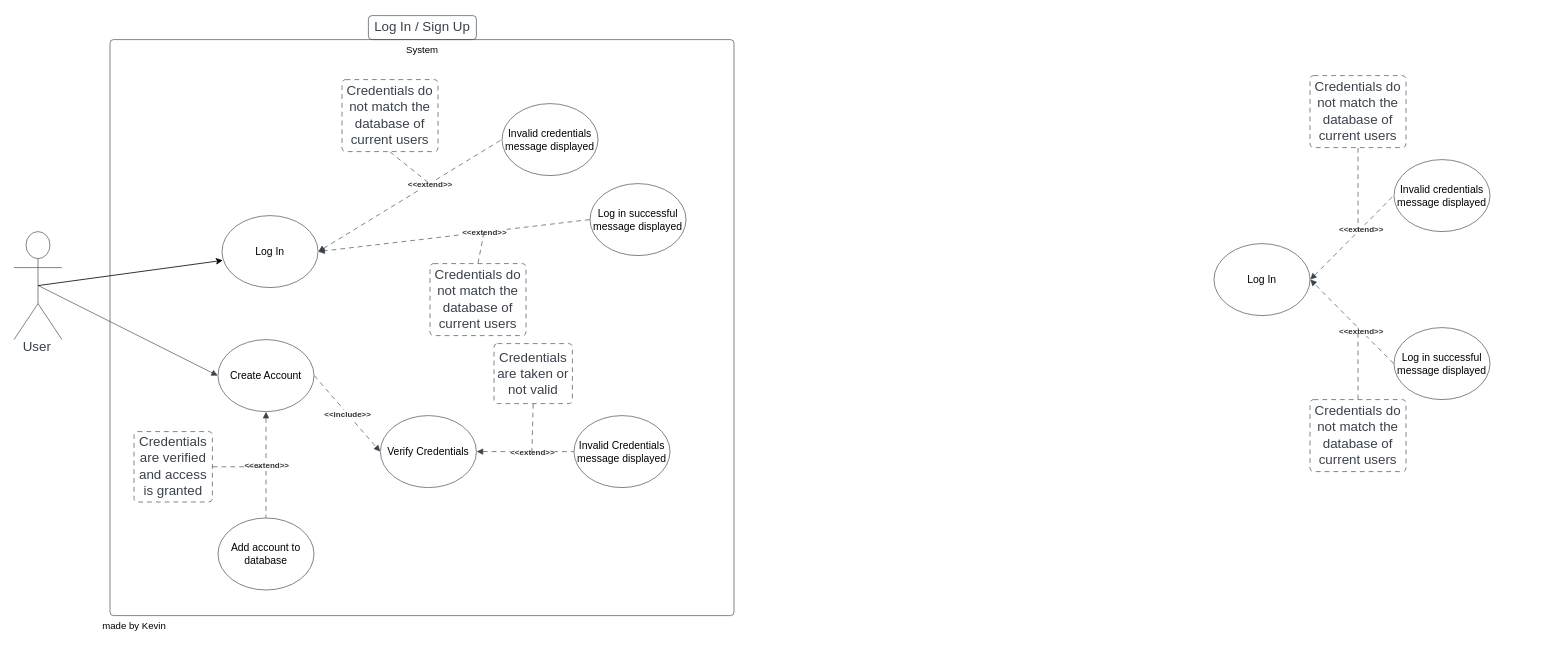
Earlier version of the draw.io diagram use case diagram.drawio (CocaDoU/Team5). Source tidied: cells renumbered, new cells numbered last; positions are measured from the earlier drawing's top-left corner, leaving out a move shared by most shapes. Both pictures are drawn from the tidied source at 80%, with x=0, y=0 at pixel (14, 15).
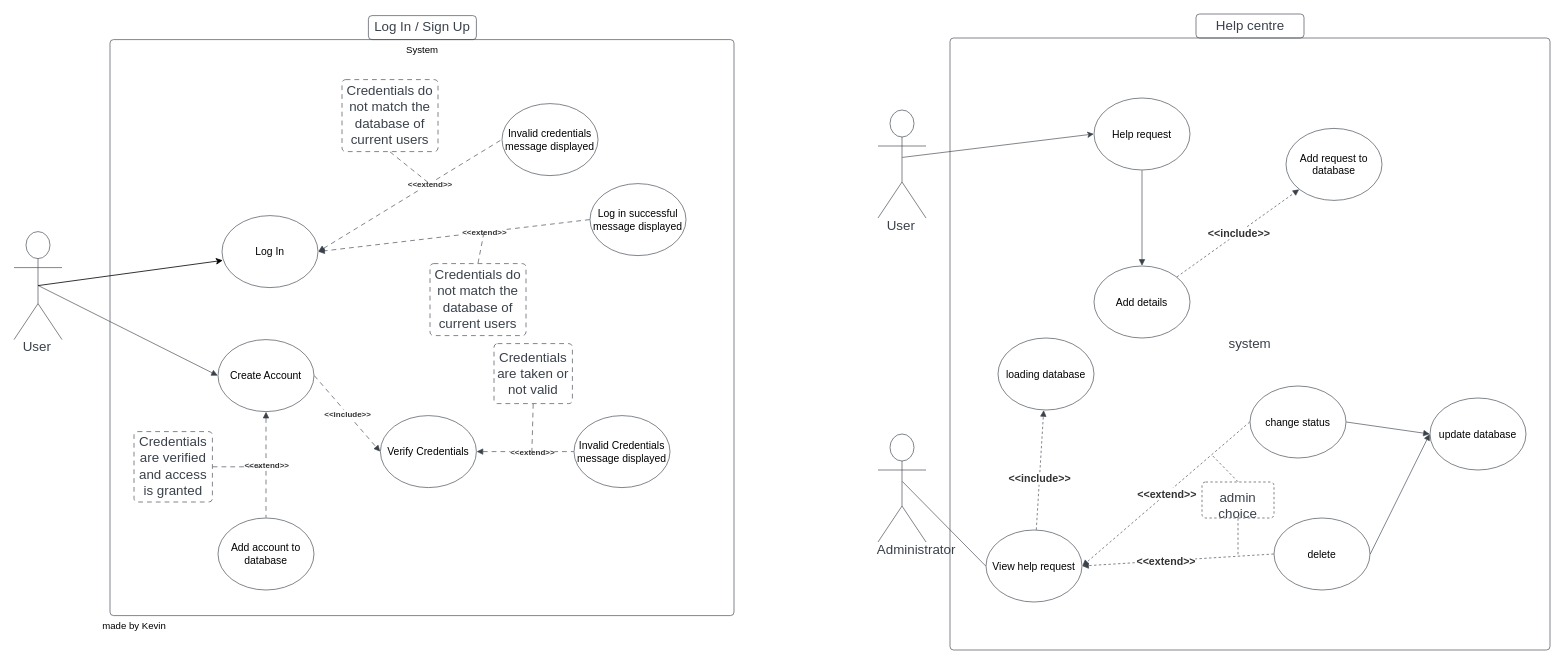
The same diagram, later.

Commit message:
I added Help Center use case diagram which is suitable for administrator and user

The edit, as a diff of the source:
```diff
@@
-    <mxCell id="31" value="Log In" style="html=1;overflow=block;blockSpacing=1;whiteSpace=wrap;ellipse;fontSize=13;spacing=3.8;strokeColor=#3a414a;strokeOpacity=100;rounded=1;absoluteArcSize=1;arcSize=9;strokeWidth=0.8;lucidId=1TnCeRcBgIai;" parent="1" vertex="1">
-      <mxGeometry x="1500" y="285" width="120" height="90" as="geometry" />
-    </mxCell>
-    <mxCell id="32" value="Invalid credentials message displayed" style="html=1;overflow=block;blockSpacing=1;whiteSpace=wrap;ellipse;fontSize=13;spacing=3.8;strokeColor=#3a414a;strokeOpacity=100;rounded=1;absoluteArcSize=1;arcSize=9;strokeWidth=0.8;lucidId=mUnCxv-QGtzJ;" parent="1" vertex="1">
-      <mxGeometry x="1725" y="180" width="120" height="90" as="geometry" />
-    </mxCell>
-    <mxCell id="33" style="html=1;jettySize=18;whiteSpace=wrap;fontSize=13;strokeColor=#3a414a;strokeOpacity=100;dashed=1;fixDash=1;dashPattern=6 5;strokeWidth=0.8;rounded=0;startArrow=block;startFill=1;endArrow=none;exitX=1.003;exitY=0.5;exitPerimeter=0;entryX=-0.003;entryY=0.5;entryPerimeter=0;lucidId=pUnCNJh5Bu_f;" parent="1" edge="1" source="31" target="32">
-      <mxGeometry relative="1" as="geometry" />
-    </mxCell>
-    <mxCell id="34" value="&amp;lt;&amp;lt;extend&amp;gt;&amp;gt;" style="text;html=1;labelBackgroundColor=default;align=center;verticalAlign=middle;fontStyle=1;fontColor=#333333;fontSize=10;" parent="33" vertex="1">
-      <mxGeometry x="0.21" relative="1" as="geometry" />
-    </mxCell>
-    <mxCell id="35" value="Credentials do not match the database of current users" style="html=1;overflow=block;blockSpacing=1;whiteSpace=wrap;fontSize=16.7;fontColor=#3a414a;spacing=3.8;strokeColor=#3a414a;strokeOpacity=100;fillOpacity=0;rounded=1;absoluteArcSize=1;arcSize=9;fillColor=#000000;dashed=1;fixDash=1;dashPattern=6 5;strokeWidth=0.8;lucidId=3UnC29L0p1P6;" parent="1" vertex="1">
-      <mxGeometry x="1620" y="75" width="120" height="90" as="geometry" />
-    </mxCell>
-    <mxCell id="36" style="html=1;jettySize=18;whiteSpace=wrap;fontSize=13;strokeColor=#3a414a;strokeOpacity=100;dashed=1;fixDash=1;dashPattern=6 5;strokeWidth=0.8;rounded=0;startArrow=none;endArrow=none;exitX=0.5;exitY=1.004;exitPerimeter=0;lucidId=wVnC6unMUMuJ;" parent="1" edge="1" source="35">
-      <mxGeometry relative="1" as="geometry">
-        <mxPoint x="1680" y="270" as="targetPoint" />
-      </mxGeometry>
-    </mxCell>
-    <mxCell id="37" value="Log in successful message displayed" style="html=1;overflow=block;blockSpacing=1;whiteSpace=wrap;ellipse;fontSize=13;spacing=3.8;strokeColor=#3a414a;strokeOpacity=100;rounded=1;absoluteArcSize=1;arcSize=9;strokeWidth=0.8;lucidId=MVnCm_vyAcN7;" parent="1" vertex="1">
-      <mxGeometry x="1725" y="390" width="120" height="90" as="geometry" />
-    </mxCell>
-    <mxCell id="38" style="html=1;jettySize=18;whiteSpace=wrap;fontSize=13;strokeColor=#3a414a;strokeOpacity=100;dashed=1;fixDash=1;dashPattern=6 5;strokeWidth=0.8;rounded=0;startArrow=none;endArrow=block;endFill=1;exitX=-0.003;exitY=0.5;exitPerimeter=0;entryX=1.003;entryY=0.5;entryPerimeter=0;lucidId=PVnCwPI7EpMv;" parent="1" edge="1" source="37" target="31">
-      <mxGeometry relative="1" as="geometry" />
-    </mxCell>
-    <mxCell id="39" value="&amp;lt;&amp;lt;extend&amp;gt;&amp;gt;" style="text;html=1;labelBackgroundColor=default;align=center;verticalAlign=middle;fontStyle=1;fontColor=#333333;fontSize=10;" parent="38" vertex="1">
-      <mxGeometry x="-0.22" relative="1" as="geometry" />
-    </mxCell>
-    <mxCell id="40" value="Credentials do not match the database of current users" style="html=1;overflow=block;blockSpacing=1;whiteSpace=wrap;fontSize=16.7;fontColor=#3a414a;spacing=3.8;strokeColor=#3a414a;strokeOpacity=100;fillOpacity=0;rounded=1;absoluteArcSize=1;arcSize=9;fillColor=#000000;dashed=1;fixDash=1;dashPattern=6 5;strokeWidth=0.8;lucidId=vWnCCHJRT5i2;" parent="1" vertex="1">
-      <mxGeometry x="1620" y="480" width="120" height="90" as="geometry" />
-    </mxCell>
-    <mxCell id="41" style="html=1;jettySize=18;whiteSpace=wrap;fontSize=13;strokeColor=#3a414a;strokeOpacity=100;dashed=1;fixDash=1;dashPattern=6 5;strokeWidth=0.8;rounded=0;startArrow=none;endArrow=none;exitX=0.5;exitY=-0.004;exitPerimeter=0;lucidId=HWnCu70s5fXD;" parent="1" edge="1" source="40">
-      <mxGeometry relative="1" as="geometry">
-        <mxPoint x="1680" y="390" as="targetPoint" />
-      </mxGeometry>
-    </mxCell>
@@
+    <mxCell id="45" value="system" style="html=1;overflow=block;blockSpacing=1;whiteSpace=wrap;fontSize=16.7;fontColor=#3a414a;spacing=0;strokeColor=#3a414a;strokeOpacity=100;fillOpacity=0;rounded=1;absoluteArcSize=1;arcSize=9;fillColor=#000000;strokeWidth=0.8;lucidId=BeGFD0pLSkw_;" parent="1" vertex="1">
+      <mxGeometry x="1170" y="28" width="750" height="765" as="geometry" />
+    </mxCell>
+    <mxCell id="46" value="User" style="html=1;overflow=block;blockSpacing=1;shape=umlActor;labelPosition=center;verticalLabelPosition=bottom;verticalAlign=top;whiteSpace=nowrap;fontSize=16.7;fontColor=#3a414a;spacing=0;strokeColor=#3a414a;strokeOpacity=100;rounded=1;absoluteArcSize=1;arcSize=9;strokeWidth=0.8;lucidId=vpGFVkSyYXx9;" parent="1" vertex="1">
+      <mxGeometry x="1080" y="118" width="60" height="135" as="geometry" />
+    </mxCell>
+    <mxCell id="47" value="Help request" style="html=1;overflow=block;blockSpacing=1;whiteSpace=wrap;ellipse;fontSize=13;spacing=3.8;strokeColor=#3a414a;strokeOpacity=100;rounded=1;absoluteArcSize=1;arcSize=9;strokeWidth=0.8;lucidId=ZpGFaHIB0dEf;" parent="1" vertex="1">
+      <mxGeometry x="1350" y="103" width="120" height="90" as="geometry" />
+    </mxCell>
+    <mxCell id="48" value="Add request to database" style="html=1;overflow=block;blockSpacing=1;whiteSpace=wrap;ellipse;fontSize=13;spacing=3.8;strokeColor=#3a414a;strokeOpacity=100;rounded=1;absoluteArcSize=1;arcSize=9;strokeWidth=0.8;lucidId=GtGF5D6FXER~;" parent="1" vertex="1">
+      <mxGeometry x="1590" y="141" width="120" height="90" as="geometry" />
+    </mxCell>
+    <mxCell id="49" style="html=1;jettySize=18;whiteSpace=wrap;fontSize=13;strokeColor=#3a414a;strokeOpacity=100;strokeWidth=0.8;rounded=0;startArrow=none;exitX=0.506;exitY=0.439;exitPerimeter=0;entryX=-0.003;entryY=0.5;entryPerimeter=0;lucidId=4uGFILEftq11;" parent="1" edge="1" source="46" target="47">
+      <mxGeometry relative="1" as="geometry" />
+    </mxCell>
+    <mxCell id="50" value="Add details" style="html=1;overflow=block;blockSpacing=1;whiteSpace=wrap;ellipse;fontSize=13;spacing=3.8;strokeColor=#3a414a;strokeOpacity=100;rounded=1;absoluteArcSize=1;arcSize=9;strokeWidth=0.8;lucidId=4vGFCigN5jJ.;" parent="1" vertex="1">
+      <mxGeometry x="1350" y="313" width="120" height="90" as="geometry" />
+    </mxCell>
+    <mxCell id="51" style="html=1;jettySize=18;whiteSpace=wrap;fontSize=13;strokeColor=#3a414a;strokeOpacity=100;strokeWidth=0.8;rounded=0;startArrow=none;endArrow=block;endFill=1;exitX=0.5;exitY=1.004;exitPerimeter=0;entryX=0.5;entryY=-0.004;entryPerimeter=0;lucidId=jwGFqHiYJGC7;" parent="1" edge="1" source="47" target="50">
+      <mxGeometry relative="1" as="geometry" />
+    </mxCell>
+    <mxCell id="52" style="html=1;jettySize=18;whiteSpace=wrap;fontSize=13;strokeColor=#3a414a;strokeOpacity=100;dashed=1;fixDash=1;strokeWidth=0.8;rounded=0;startArrow=none;endArrow=block;endFill=1;exitX=0.863;exitY=0.152;exitPerimeter=0;entryX=0.137;entryY=0.848;entryPerimeter=0;lucidId=JwGFjEyW~94H;" parent="1" edge="1" source="50" target="48">
+      <mxGeometry relative="1" as="geometry" />
+    </mxCell>
+    <mxCell id="53" value="&amp;lt;&amp;lt;include&amp;gt;&amp;gt;" style="text;html=1;labelBackgroundColor=default;align=center;verticalAlign=middle;fontStyle=1;fontColor=#333333;fontSize=13.3;" parent="52" vertex="1">
+      <mxGeometry relative="1" as="geometry" />
+    </mxCell>
+    <mxCell id="54" value="Administrator" style="html=1;overflow=block;blockSpacing=1;shape=umlActor;labelPosition=center;verticalLabelPosition=bottom;verticalAlign=top;whiteSpace=nowrap;fontSize=16.7;fontColor=#3a414a;spacing=0;strokeColor=#3a414a;strokeOpacity=100;rounded=1;absoluteArcSize=1;arcSize=9;strokeWidth=0.8;lucidId=nzGFpYim143f;" parent="1" vertex="1">
+      <mxGeometry x="1080" y="523" width="60" height="135" as="geometry" />
+    </mxCell>
+    <mxCell id="55" value="View help request" style="html=1;overflow=block;blockSpacing=1;whiteSpace=wrap;ellipse;fontSize=13;spacing=3.8;strokeColor=#3a414a;strokeOpacity=100;rounded=1;absoluteArcSize=1;arcSize=9;strokeWidth=0.8;lucidId=.zGFiMqKMeuo;" parent="1" vertex="1">
+      <mxGeometry x="1215" y="643" width="120" height="90" as="geometry" />
+    </mxCell>
+    <mxCell id="56" style="html=1;jettySize=18;whiteSpace=wrap;fontSize=13;strokeColor=#3a414a;strokeOpacity=100;strokeWidth=0.8;rounded=0;startArrow=none;endArrow=none;exitX=0.506;exitY=0.439;exitPerimeter=0;entryX=-0.003;entryY=0.5;entryPerimeter=0;lucidId=JIGFXTbBV3~T;" parent="1" edge="1" source="54" target="55">
+      <mxGeometry relative="1" as="geometry" />
+    </mxCell>
+    <mxCell id="57" value="loading database" style="html=1;overflow=block;blockSpacing=1;whiteSpace=wrap;ellipse;fontSize=13;spacing=3.8;strokeColor=#3a414a;strokeOpacity=100;rounded=1;absoluteArcSize=1;arcSize=9;strokeWidth=0.8;lucidId=fMGF3glqqR0~;" parent="1" vertex="1">
+      <mxGeometry x="1230" y="403" width="120" height="90" as="geometry" />
+    </mxCell>
+    <mxCell id="58" value="change status" style="html=1;overflow=block;blockSpacing=1;whiteSpace=wrap;ellipse;fontSize=13;spacing=3.8;strokeColor=#3a414a;strokeOpacity=100;rounded=1;absoluteArcSize=1;arcSize=9;strokeWidth=0.8;lucidId=aNGFNYM4~sqP;" parent="1" vertex="1">
+      <mxGeometry x="1545" y="463" width="120" height="90" as="geometry" />
+    </mxCell>
+    <mxCell id="59" value="delete" style="html=1;overflow=block;blockSpacing=1;whiteSpace=wrap;ellipse;fontSize=13;spacing=3.8;strokeColor=#3a414a;strokeOpacity=100;rounded=1;absoluteArcSize=1;arcSize=9;strokeWidth=0.8;lucidId=_NGFpUlW80gB;" parent="1" vertex="1">
+      <mxGeometry x="1575" y="628" width="120" height="90" as="geometry" />
+    </mxCell>
+    <mxCell id="60" value="update database" style="html=1;overflow=block;blockSpacing=1;whiteSpace=wrap;ellipse;fontSize=13;spacing=3.8;strokeColor=#3a414a;strokeOpacity=100;rounded=1;absoluteArcSize=1;arcSize=9;strokeWidth=0.8;lucidId=qOGFqpb~3_iu;" parent="1" vertex="1">
+      <mxGeometry x="1770" y="478" width="120" height="90" as="geometry" />
+    </mxCell>
+    <mxCell id="61" style="html=1;jettySize=18;whiteSpace=wrap;fontSize=13;strokeColor=#3a414a;strokeOpacity=100;dashed=1;fixDash=1;strokeWidth=0.8;rounded=0;startArrow=none;endArrow=block;endFill=1;exitX=0.524;exitY=-0.003;exitPerimeter=0;entryX=0.476;entryY=1.003;entryPerimeter=0;lucidId=QOGFMjzzVc_C;" parent="1" edge="1" source="55" target="57">
+      <mxGeometry relative="1" as="geometry" />
+    </mxCell>
+    <mxCell id="62" value="&amp;lt;&amp;lt;include&amp;gt;&amp;gt;" style="text;html=1;labelBackgroundColor=default;align=center;verticalAlign=middle;fontStyle=1;fontColor=#333333;fontSize=13.3;" parent="61" vertex="1">
+      <mxGeometry x="-0.15" relative="1" as="geometry" />
+    </mxCell>
+    <mxCell id="63" style="html=1;jettySize=18;whiteSpace=wrap;fontSize=13;strokeColor=#3a414a;strokeOpacity=100;dashed=1;fixDash=1;strokeWidth=0.8;rounded=0;startArrow=none;endArrow=block;endFill=1;exitX=-0.003;exitY=0.5;exitPerimeter=0;entryX=1.003;entryY=0.5;entryPerimeter=0;lucidId=vPGFeowx-j0X;" parent="1" edge="1" source="59" target="55">
+      <mxGeometry relative="1" as="geometry" />
+    </mxCell>
+    <mxCell id="64" value="&amp;lt;&amp;lt;extend&amp;gt;&amp;gt;" style="text;html=1;labelBackgroundColor=default;align=center;verticalAlign=middle;fontStyle=1;fontColor=#333333;fontSize=13.3;" parent="63" vertex="1">
+      <mxGeometry x="0.13" relative="1" as="geometry" />
+    </mxCell>
+    <mxCell id="65" style="html=1;jettySize=18;whiteSpace=wrap;fontSize=13;strokeColor=#3a414a;strokeOpacity=100;dashed=1;fixDash=1;strokeWidth=0.8;rounded=0;startArrow=none;endArrow=block;endFill=1;exitX=-0.003;exitY=0.5;exitPerimeter=0;entryX=1.003;entryY=0.5;entryPerimeter=0;lucidId=CPGFaKpSsygV;" parent="1" edge="1" source="58" target="55">
+      <mxGeometry relative="1" as="geometry" />
+    </mxCell>
+    <mxCell id="66" value="&amp;lt;&amp;lt;extend&amp;gt;&amp;gt;" style="text;html=1;labelBackgroundColor=default;align=center;verticalAlign=middle;fontStyle=1;fontColor=#333333;fontSize=13.3;" parent="65" vertex="1">
+      <mxGeometry relative="1" as="geometry" />
+    </mxCell>
+    <mxCell id="67" style="html=1;jettySize=18;whiteSpace=wrap;fontSize=13;strokeColor=#3a414a;strokeOpacity=100;strokeWidth=0.8;rounded=0;startArrow=none;endArrow=block;endFill=1;exitX=1.003;exitY=0.5;exitPerimeter=0;entryX=-0.003;entryY=0.5;entryPerimeter=0;lucidId=nQGFM1hmXuUh;" parent="1" edge="1" source="58" target="60">
+      <mxGeometry relative="1" as="geometry" />
+    </mxCell>
+    <mxCell id="68" style="html=1;jettySize=18;whiteSpace=wrap;fontSize=13;strokeColor=#3a414a;strokeOpacity=100;strokeWidth=0.8;rounded=0;startArrow=none;endArrow=block;endFill=1;exitX=1.003;exitY=0.5;exitPerimeter=0;entryX=-0.003;entryY=0.5;entryPerimeter=0;lucidId=AQGF8owcf9k7;" parent="1" edge="1" source="59" target="60">
+      <mxGeometry relative="1" as="geometry" />
+    </mxCell>
+    <mxCell id="69" value="admin choice" style="html=1;overflow=block;blockSpacing=1;whiteSpace=wrap;fontSize=16.7;fontColor=#3a414a;spacing=9;strokeColor=#3a414a;strokeOpacity=100;rounded=1;absoluteArcSize=1;arcSize=9;dashed=1;fixDash=1;strokeWidth=0.8;lucidId=5SGFgEWi7IgW;" parent="1" vertex="1">
+      <mxGeometry x="1485" y="583" width="90" height="45" as="geometry" />
+    </mxCell>
+    <mxCell id="70" style="html=1;jettySize=18;whiteSpace=wrap;fontSize=13;strokeColor=#3a414a;strokeOpacity=100;dashed=1;fixDash=1;strokeWidth=0.8;rounded=0;startArrow=none;endArrow=none;exitX=0.5;exitY=-0.008;exitPerimeter=0;lucidId=wTGFry7qydg7;" parent="1" edge="1" source="69">
+      <mxGeometry relative="1" as="geometry">
+        <mxPoint x="1497" y="549" as="targetPoint" />
+      </mxGeometry>
+    </mxCell>
+    <mxCell id="71" style="html=1;jettySize=18;whiteSpace=wrap;fontSize=13;strokeColor=#3a414a;strokeOpacity=100;dashed=1;fixDash=1;strokeWidth=0.8;rounded=0;startArrow=none;endArrow=none;exitX=0.5;exitY=1.008;exitPerimeter=0;lucidId=KTGFtxrxzj0g;" parent="1" edge="1" source="69">
+      <mxGeometry relative="1" as="geometry">
+        <mxPoint x="1530" y="676" as="targetPoint" />
+      </mxGeometry>
+    </mxCell>
+    <mxCell id="72" value="Help centre" style="html=1;overflow=block;blockSpacing=1;whiteSpace=wrap;fontSize=16.7;fontColor=#3a414a;spacing=3.8;strokeColor=#3a414a;strokeOpacity=100;fillOpacity=0;rounded=1;absoluteArcSize=1;arcSize=9;fillColor=#000000;strokeWidth=0.8;lucidId=YAnCTzveyhfe;" parent="1" vertex="1">
+      <mxGeometry x="1477.5" y="-2" width="135" height="30" as="geometry" />
+    </mxCell>
```
